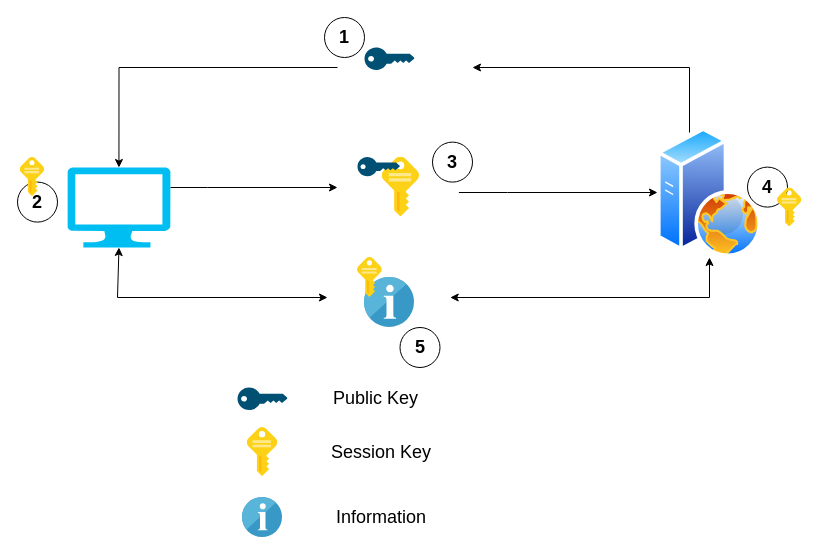
This is diagrams/security.drawio from dinith95/CodingBook, a draw.io file, before an edit. Source tidied: cells renumbered, new cells numbered last; positions are measured from the earlier drawing's top-left corner, leaving out a move shared by most shapes. Both pictures are drawn from the tidied source at 100%, with x=0, y=0 at pixel (17, 17).
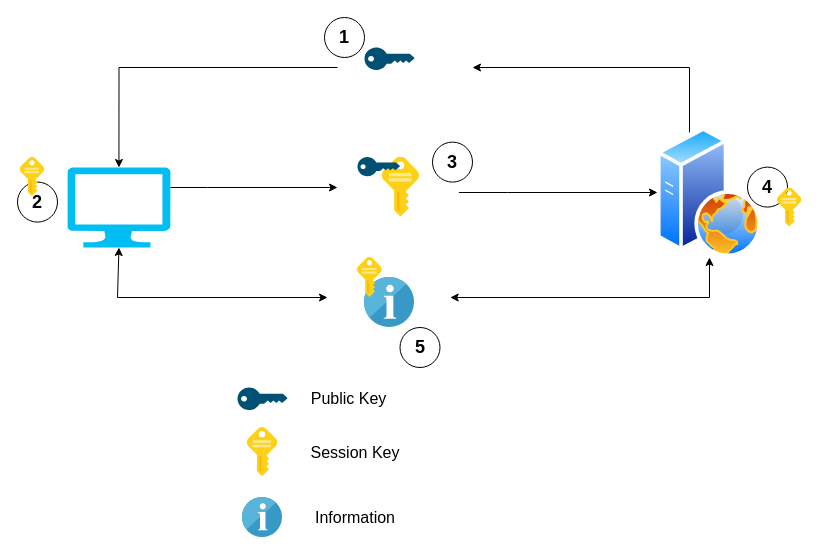
The same page after the edit.

Change to the diagram source:
```diff
@@
-    <mxCell id="23" value="Public Key" style="text;html=1;strokeColor=none;fillColor=none;align=center;verticalAlign=middle;whiteSpace=wrap;rounded=0;fontSize=18;fontColor=#000000;" parent="1" vertex="1">
-      <mxGeometry x="307" y="366.2" width="103" height="30" as="geometry" />
+    <mxCell id="23" value="&lt;font style=&quot;font-size: 16px;&quot;&gt;Public Key&lt;/font&gt;" style="text;html=1;strokeColor=none;fillColor=none;align=center;verticalAlign=middle;whiteSpace=wrap;rounded=0;fontSize=18;fontColor=#000000;" parent="1" vertex="1">
+      <mxGeometry x="279.5" y="366.2" width="103" height="30" as="geometry" />
     </mxCell>
@@
-    <mxCell id="28" value="Session Key" style="text;html=1;strokeColor=none;fillColor=none;align=center;verticalAlign=middle;whiteSpace=wrap;rounded=0;fontSize=18;fontColor=#000000;" parent="1" vertex="1">
-      <mxGeometry x="304.5" y="419.6" width="118" height="30" as="geometry" />
+    <mxCell id="28" value="&lt;font style=&quot;font-size: 16px;&quot;&gt;Session Key&lt;/font&gt;" style="text;html=1;strokeColor=none;fillColor=none;align=center;verticalAlign=middle;whiteSpace=wrap;rounded=0;fontSize=18;fontColor=#000000;" parent="1" vertex="1">
+      <mxGeometry x="279" y="419.6" width="118" height="30" as="geometry" />
     </mxCell>
@@
-    <mxCell id="30" value="Information" style="text;html=1;strokeColor=none;fillColor=none;align=center;verticalAlign=middle;whiteSpace=wrap;rounded=0;fontSize=18;fontColor=#000000;" parent="1" vertex="1">
-      <mxGeometry x="304.5" y="485" width="118" height="30" as="geometry" />
+    <mxCell id="30" value="&lt;font style=&quot;font-size: 16px;&quot;&gt;Information&lt;/font&gt;" style="text;html=1;strokeColor=none;fillColor=none;align=center;verticalAlign=middle;whiteSpace=wrap;rounded=0;fontSize=18;fontColor=#000000;" parent="1" vertex="1">
+      <mxGeometry x="279" y="485" width="118" height="30" as="geometry" />
     </mxCell>
```
